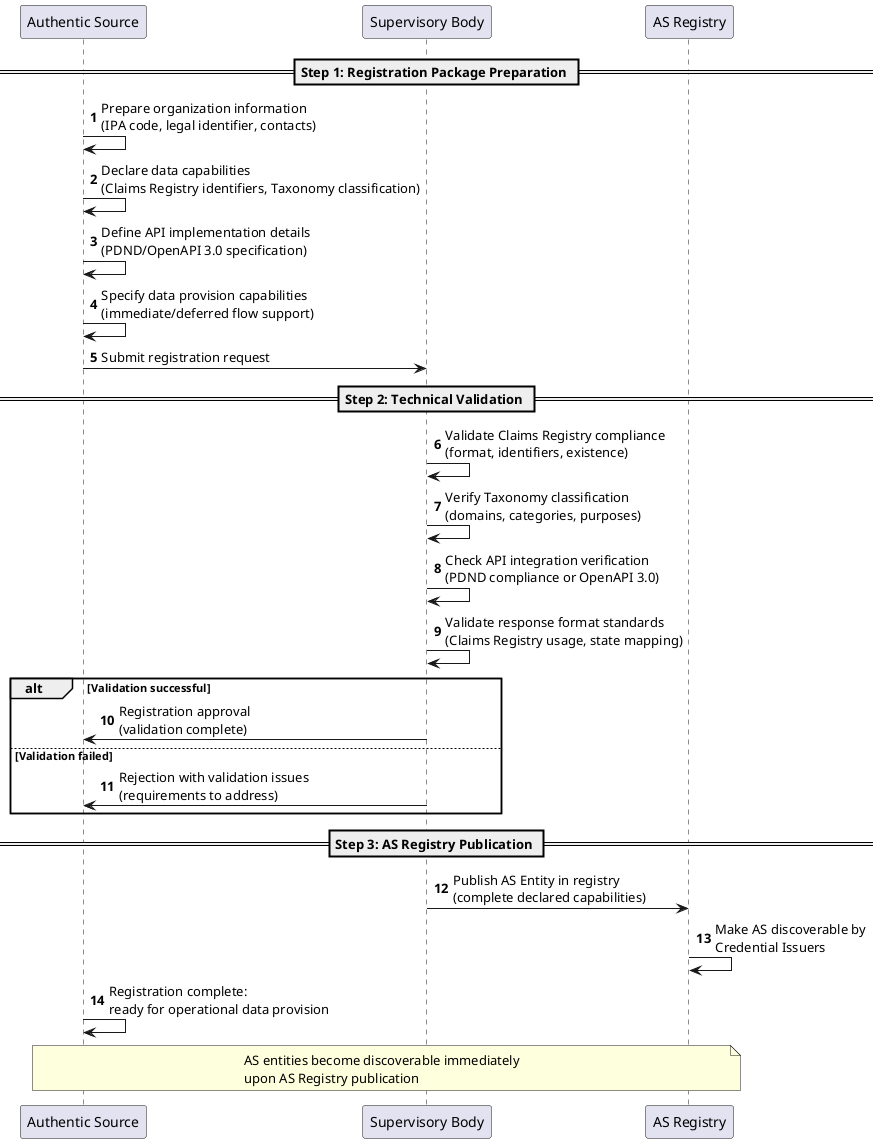
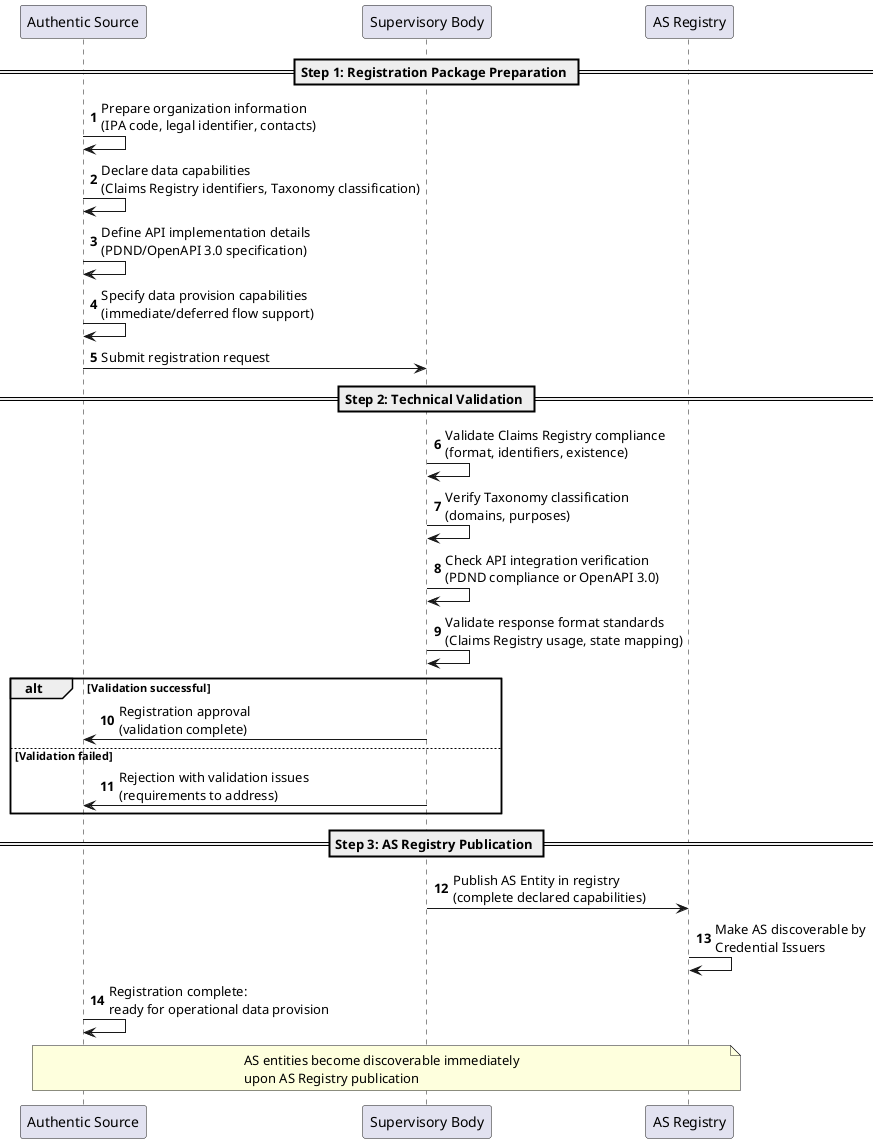
@startuml Authentic Source Registration Process
autonumber

participant "Authentic Source" as as
participant "Supervisory Body" as sb
participant "AS Registry" as reg

== Step 1: Registration Package Preparation ==

as -> as: Prepare organization information\n(IPA code, legal identifier, contacts)
as -> as: Declare data capabilities\n(Claims Registry identifiers, Taxonomy classification)
as -> as: Define API implementation details\n(PDND/OpenAPI 3.0 specification)
as -> as: Specify data provision capabilities\n(immediate/deferred flow support)
as -> sb: Submit registration request

== Step 2: Technical Validation ==

sb -> sb: Validate Claims Registry compliance\n(format, identifiers, existence)
- sb -> sb: Verify Taxonomy classification\n(domains, categories, purposes)
+ sb -> sb: Verify Taxonomy classification\n(domains, purposes)
sb -> sb: Check API integration verification\n(PDND compliance or OpenAPI 3.0)
sb -> sb: Validate response format standards\n(Claims Registry usage, state mapping)

alt Validation successful
    sb -> as: Registration approval\n(validation complete)
else Validation failed
    sb -> as: Rejection with validation issues\n(requirements to address)
end

== Step 3: AS Registry Publication ==

sb -> reg: Publish AS Entity in registry\n(complete declared capabilities)
reg -> reg: Make AS discoverable by\nCredential Issuers
as -> as: Registration complete:\nready for operational data provision

note over as,reg: AS entities become discoverable immediately\nupon AS Registry publication

@enduml